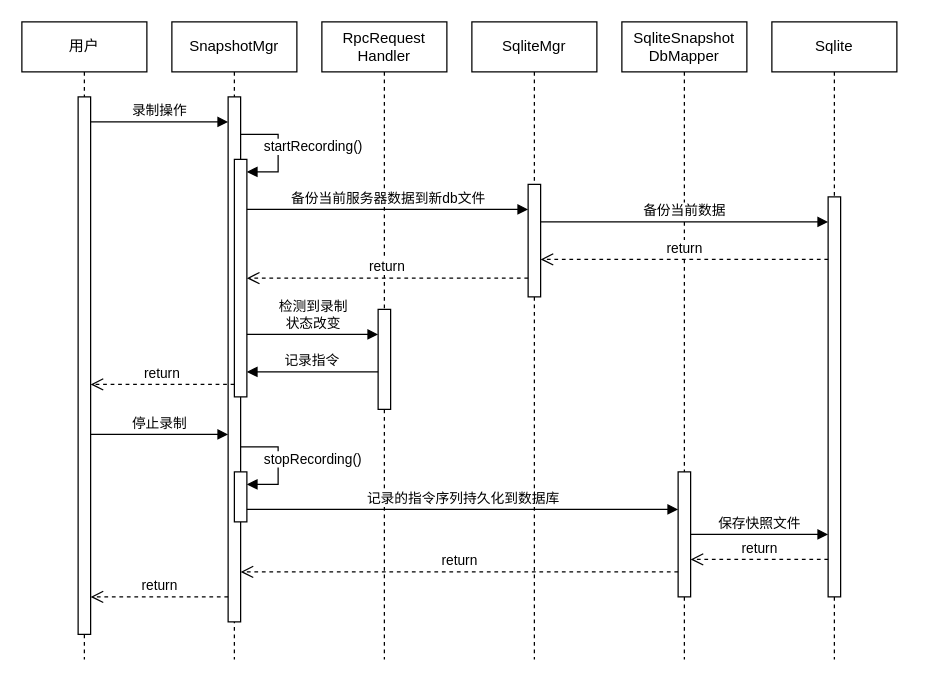
Earlier version of the draw.io diagram 录制时序图.drawio (Carol9s/Drawing). Source tidied: cells renumbered, new cells numbered last; positions are measured from the earlier drawing's top-left corner, leaving out a move shared by most shapes. Both pictures are drawn from the tidied source at 125%, with x=0, y=0 at pixel (21, 21).
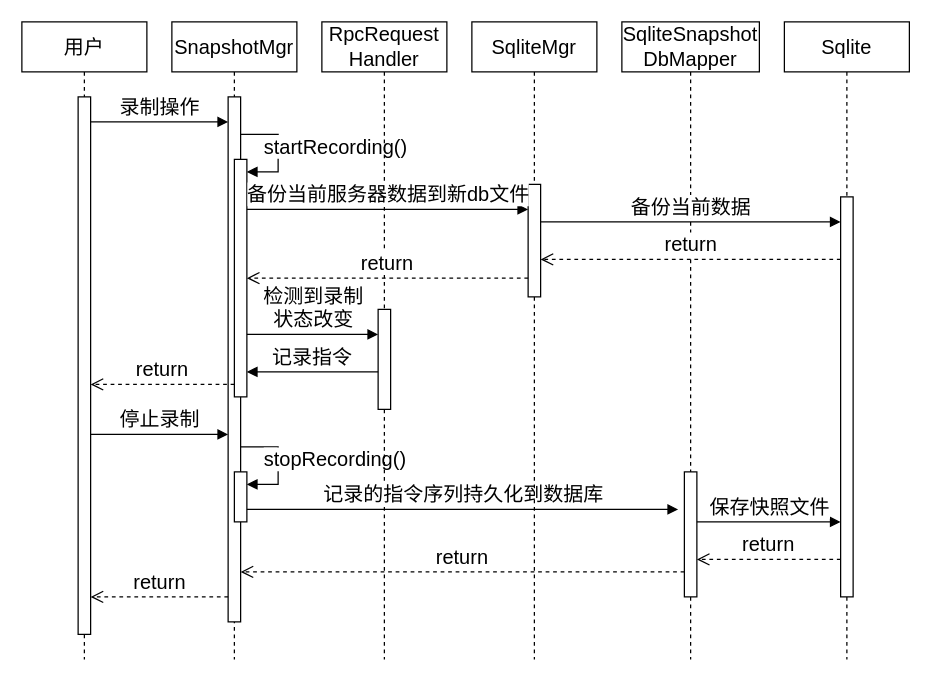
The same diagram, later.

Commit message:
更新录制时序图.drawio

The edit, as a diff of the source:
```diff
@@
-    <mxCell id="2" value="用户" style="shape=umlLifeline;perimeter=lifelinePerimeter;whiteSpace=wrap;html=1;newEdgeStyle={&quot;edgeStyle&quot;:&quot;elbowEdgeStyle&quot;,&quot;elbow&quot;:&quot;vertical&quot;,&quot;curved&quot;:0,&quot;rounded&quot;:0};" parent="1" vertex="1">
+    <mxCell id="2" value="用户" style="shape=umlLifeline;perimeter=lifelinePerimeter;whiteSpace=wrap;html=1;newEdgeStyle={&quot;edgeStyle&quot;:&quot;elbowEdgeStyle&quot;,&quot;elbow&quot;:&quot;vertical&quot;,&quot;curved&quot;:0,&quot;rounded&quot;:0};fontSize=16;" parent="1" vertex="1">
       <mxGeometry width="100" height="510" as="geometry" />
     </mxCell>
-    <mxCell id="3" style="html=1;points=[];perimeter=orthogonalPerimeter;outlineConnect=0;targetShapes=umlLifeline;portConstraint=eastwest;newEdgeStyle={&quot;edgeStyle&quot;:&quot;elbowEdgeStyle&quot;,&quot;elbow&quot;:&quot;vertical&quot;,&quot;curved&quot;:0,&quot;rounded&quot;:0};" parent="2" vertex="1">
+    <mxCell id="3" style="html=1;points=[];perimeter=orthogonalPerimeter;outlineConnect=0;targetShapes=umlLifeline;portConstraint=eastwest;newEdgeStyle={&quot;edgeStyle&quot;:&quot;elbowEdgeStyle&quot;,&quot;elbow&quot;:&quot;vertical&quot;,&quot;curved&quot;:0,&quot;rounded&quot;:0};fontSize=16;" parent="2" vertex="1">
       <mxGeometry x="45" y="60" width="10" height="430" as="geometry" />
     </mxCell>
-    <mxCell id="4" value="SnapshotMgr" style="shape=umlLifeline;perimeter=lifelinePerimeter;whiteSpace=wrap;html=1;newEdgeStyle={&quot;edgeStyle&quot;:&quot;elbowEdgeStyle&quot;,&quot;elbow&quot;:&quot;vertical&quot;,&quot;curved&quot;:0,&quot;rounded&quot;:0};" parent="1" vertex="1">
+    <mxCell id="4" value="SnapshotMgr" style="shape=umlLifeline;perimeter=lifelinePerimeter;whiteSpace=wrap;html=1;newEdgeStyle={&quot;edgeStyle&quot;:&quot;elbowEdgeStyle&quot;,&quot;elbow&quot;:&quot;vertical&quot;,&quot;curved&quot;:0,&quot;rounded&quot;:0};fontSize=16;" parent="1" vertex="1">
       <mxGeometry x="120" width="100" height="510" as="geometry" />
     </mxCell>
-    <mxCell id="5" style="html=1;points=[];perimeter=orthogonalPerimeter;outlineConnect=0;targetShapes=umlLifeline;portConstraint=eastwest;newEdgeStyle={&quot;edgeStyle&quot;:&quot;elbowEdgeStyle&quot;,&quot;elbow&quot;:&quot;vertical&quot;,&quot;curved&quot;:0,&quot;rounded&quot;:0};" parent="4" vertex="1">
+    <mxCell id="5" style="html=1;points=[];perimeter=orthogonalPerimeter;outlineConnect=0;targetShapes=umlLifeline;portConstraint=eastwest;newEdgeStyle={&quot;edgeStyle&quot;:&quot;elbowEdgeStyle&quot;,&quot;elbow&quot;:&quot;vertical&quot;,&quot;curved&quot;:0,&quot;rounded&quot;:0};fontSize=16;" parent="4" vertex="1">
       <mxGeometry x="45" y="60" width="10" height="420" as="geometry" />
     </mxCell>
-    <mxCell id="6" style="html=1;points=[];perimeter=orthogonalPerimeter;outlineConnect=0;targetShapes=umlLifeline;portConstraint=eastwest;newEdgeStyle={&quot;edgeStyle&quot;:&quot;elbowEdgeStyle&quot;,&quot;elbow&quot;:&quot;vertical&quot;,&quot;curved&quot;:0,&quot;rounded&quot;:0};" parent="4" vertex="1">
+    <mxCell id="6" style="html=1;points=[];perimeter=orthogonalPerimeter;outlineConnect=0;targetShapes=umlLifeline;portConstraint=eastwest;newEdgeStyle={&quot;edgeStyle&quot;:&quot;elbowEdgeStyle&quot;,&quot;elbow&quot;:&quot;vertical&quot;,&quot;curved&quot;:0,&quot;rounded&quot;:0};fontSize=16;" parent="4" vertex="1">
       <mxGeometry x="50" y="110" width="10" height="190" as="geometry" />
     </mxCell>
-    <mxCell id="7" value="startRecording()" style="html=1;align=left;spacingLeft=2;endArrow=block;rounded=0;edgeStyle=orthogonalEdgeStyle;curved=0;rounded=0;" parent="4" edge="1" target="6">
+    <mxCell id="7" value="startRecording()" style="html=1;align=left;spacingLeft=2;endArrow=block;rounded=0;edgeStyle=orthogonalEdgeStyle;curved=0;rounded=0;fontSize=16;" parent="4" edge="1" target="6">
       <mxGeometry x="-0.65" y="-10" relative="1" as="geometry">
         <mxPoint x="55" y="90" as="sourcePoint" />
         <Array as="points">
           <mxPoint x="85" y="120" />
         </Array>
       </mxGeometry>
     </mxCell>
-    <mxCell id="8" style="html=1;points=[];perimeter=orthogonalPerimeter;outlineConnect=0;targetShapes=umlLifeline;portConstraint=eastwest;newEdgeStyle={&quot;edgeStyle&quot;:&quot;elbowEdgeStyle&quot;,&quot;elbow&quot;:&quot;vertical&quot;,&quot;curved&quot;:0,&quot;rounded&quot;:0};" parent="4" vertex="1">
+    <mxCell id="8" style="html=1;points=[];perimeter=orthogonalPerimeter;outlineConnect=0;targetShapes=umlLifeline;portConstraint=eastwest;newEdgeStyle={&quot;edgeStyle&quot;:&quot;elbowEdgeStyle&quot;,&quot;elbow&quot;:&quot;vertical&quot;,&quot;curved&quot;:0,&quot;rounded&quot;:0};fontSize=16;" parent="4" vertex="1">
       <mxGeometry x="50" y="360" width="10" height="40" as="geometry" />
     </mxCell>
-    <mxCell id="9" value="stopRecording()" style="html=1;align=left;spacingLeft=2;endArrow=block;rounded=0;edgeStyle=orthogonalEdgeStyle;curved=0;rounded=0;" parent="4" edge="1" target="8">
+    <mxCell id="9" value="stopRecording()" style="html=1;align=left;spacingLeft=2;endArrow=block;rounded=0;edgeStyle=orthogonalEdgeStyle;curved=0;rounded=0;fontSize=16;" parent="4" edge="1" target="8">
       <mxGeometry x="-0.65" y="-10" relative="1" as="geometry">
         <mxPoint x="55" y="340" as="sourcePoint" />
         <Array as="points">
           <mxPoint x="85" y="370" />
         </Array>
       </mxGeometry>
     </mxCell>
-    <mxCell id="10" value="SqliteSnapshot&lt;br&gt;DbMapper" style="shape=umlLifeline;perimeter=lifelinePerimeter;whiteSpace=wrap;html=1;newEdgeStyle={&quot;edgeStyle&quot;:&quot;elbowEdgeStyle&quot;,&quot;elbow&quot;:&quot;vertical&quot;,&quot;curved&quot;:0,&quot;rounded&quot;:0};" parent="1" vertex="1">
-      <mxGeometry x="480" width="100" height="510" as="geometry" />
+    <mxCell id="10" value="SqliteSnapshot&lt;br style=&quot;font-size: 16px;&quot;&gt;DbMapper" style="shape=umlLifeline;perimeter=lifelinePerimeter;whiteSpace=wrap;html=1;newEdgeStyle={&quot;edgeStyle&quot;:&quot;elbowEdgeStyle&quot;,&quot;elbow&quot;:&quot;vertical&quot;,&quot;curved&quot;:0,&quot;rounded&quot;:0};fontSize=16;" parent="1" vertex="1">
+      <mxGeometry x="480" width="110" height="510" as="geometry" />
     </mxCell>
-    <mxCell id="11" style="html=1;points=[];perimeter=orthogonalPerimeter;outlineConnect=0;targetShapes=umlLifeline;portConstraint=eastwest;newEdgeStyle={&quot;edgeStyle&quot;:&quot;elbowEdgeStyle&quot;,&quot;elbow&quot;:&quot;vertical&quot;,&quot;curved&quot;:0,&quot;rounded&quot;:0};" parent="10" vertex="1">
-      <mxGeometry x="45" y="360" width="10" height="100" as="geometry" />
+    <mxCell id="11" style="html=1;points=[];perimeter=orthogonalPerimeter;outlineConnect=0;targetShapes=umlLifeline;portConstraint=eastwest;newEdgeStyle={&quot;edgeStyle&quot;:&quot;elbowEdgeStyle&quot;,&quot;elbow&quot;:&quot;vertical&quot;,&quot;curved&quot;:0,&quot;rounded&quot;:0};fontSize=16;" parent="10" vertex="1">
+      <mxGeometry x="50" y="360" width="10" height="100" as="geometry" />
     </mxCell>
-    <mxCell id="12" value="Sqlite" style="shape=umlLifeline;perimeter=lifelinePerimeter;whiteSpace=wrap;html=1;newEdgeStyle={&quot;edgeStyle&quot;:&quot;elbowEdgeStyle&quot;,&quot;elbow&quot;:&quot;vertical&quot;,&quot;curved&quot;:0,&quot;rounded&quot;:0};" parent="1" vertex="1">
-      <mxGeometry x="600" width="100" height="510" as="geometry" />
+    <mxCell id="12" value="Sqlite" style="shape=umlLifeline;perimeter=lifelinePerimeter;whiteSpace=wrap;html=1;newEdgeStyle={&quot;edgeStyle&quot;:&quot;elbowEdgeStyle&quot;,&quot;elbow&quot;:&quot;vertical&quot;,&quot;curved&quot;:0,&quot;rounded&quot;:0};fontSize=16;" parent="1" vertex="1">
+      <mxGeometry x="610" width="100" height="510" as="geometry" />
     </mxCell>
-    <mxCell id="13" style="html=1;points=[];perimeter=orthogonalPerimeter;outlineConnect=0;targetShapes=umlLifeline;portConstraint=eastwest;newEdgeStyle={&quot;edgeStyle&quot;:&quot;elbowEdgeStyle&quot;,&quot;elbow&quot;:&quot;vertical&quot;,&quot;curved&quot;:0,&quot;rounded&quot;:0};" parent="12" vertex="1">
+    <mxCell id="13" style="html=1;points=[];perimeter=orthogonalPerimeter;outlineConnect=0;targetShapes=umlLifeline;portConstraint=eastwest;newEdgeStyle={&quot;edgeStyle&quot;:&quot;elbowEdgeStyle&quot;,&quot;elbow&quot;:&quot;vertical&quot;,&quot;curved&quot;:0,&quot;rounded&quot;:0};fontSize=16;" parent="12" vertex="1">
       <mxGeometry x="45" y="140" width="10" height="320" as="geometry" />
     </mxCell>
-    <mxCell id="14" value="RpcRequest&lt;br&gt;Handler" style="shape=umlLifeline;perimeter=lifelinePerimeter;whiteSpace=wrap;html=1;newEdgeStyle={&quot;edgeStyle&quot;:&quot;elbowEdgeStyle&quot;,&quot;elbow&quot;:&quot;vertical&quot;,&quot;curved&quot;:0,&quot;rounded&quot;:0};" parent="1" vertex="1">
+    <mxCell id="14" value="RpcRequest&lt;br style=&quot;font-size: 16px;&quot;&gt;Handler" style="shape=umlLifeline;perimeter=lifelinePerimeter;whiteSpace=wrap;html=1;newEdgeStyle={&quot;edgeStyle&quot;:&quot;elbowEdgeStyle&quot;,&quot;elbow&quot;:&quot;vertical&quot;,&quot;curved&quot;:0,&quot;rounded&quot;:0};fontSize=16;" parent="1" vertex="1">
       <mxGeometry x="240" width="100" height="510" as="geometry" />
     </mxCell>
-    <mxCell id="15" style="html=1;points=[];perimeter=orthogonalPerimeter;outlineConnect=0;targetShapes=umlLifeline;portConstraint=eastwest;newEdgeStyle={&quot;edgeStyle&quot;:&quot;elbowEdgeStyle&quot;,&quot;elbow&quot;:&quot;vertical&quot;,&quot;curved&quot;:0,&quot;rounded&quot;:0};" parent="14" vertex="1">
+    <mxCell id="15" style="html=1;points=[];perimeter=orthogonalPerimeter;outlineConnect=0;targetShapes=umlLifeline;portConstraint=eastwest;newEdgeStyle={&quot;edgeStyle&quot;:&quot;elbowEdgeStyle&quot;,&quot;elbow&quot;:&quot;vertical&quot;,&quot;curved&quot;:0,&quot;rounded&quot;:0};fontSize=16;" parent="14" vertex="1">
       <mxGeometry x="45" y="230" width="10" height="80" as="geometry" />
     </mxCell>
-    <mxCell id="16" value="录制操作" style="html=1;verticalAlign=bottom;endArrow=block;edgeStyle=elbowEdgeStyle;elbow=vertical;curved=0;rounded=0;" parent="1" edge="1" source="3" target="5">
+    <mxCell id="16" value="录制操作" style="html=1;verticalAlign=bottom;endArrow=block;edgeStyle=elbowEdgeStyle;elbow=vertical;curved=0;rounded=0;fontSize=16;" parent="1" edge="1" source="3" target="5">
       <mxGeometry relative="1" as="geometry">
         <Array as="points">
           <mxPoint x="90" y="80" />
           <mxPoint x="70" y="120" />
         </Array>
       </mxGeometry>
     </mxCell>
-    <mxCell id="17" value="检测到录制&lt;br&gt;状态改变" style="html=1;verticalAlign=bottom;endArrow=block;edgeStyle=elbowEdgeStyle;elbow=vertical;curved=0;rounded=0;" parent="1" edge="1" target="15">
+    <mxCell id="17" value="检测到录制&lt;br style=&quot;font-size: 16px;&quot;&gt;状态改变" style="html=1;verticalAlign=bottom;endArrow=block;edgeStyle=elbowEdgeStyle;elbow=vertical;curved=0;rounded=0;fontSize=16;" parent="1" edge="1" target="15">
       <mxGeometry relative="1" as="geometry">
         <mxPoint x="180" y="250" as="sourcePoint" />
         <Array as="points">
           <mxPoint x="260" y="250" />
           <mxPoint x="230" y="240" />
           <mxPoint x="220" y="200" />
           <mxPoint x="260" y="190" />
         </Array>
       </mxGeometry>
     </mxCell>
-    <mxCell id="18" value="记录指令" style="html=1;verticalAlign=bottom;endArrow=block;edgeStyle=elbowEdgeStyle;elbow=vertical;curved=0;rounded=0;" parent="1" edge="1" source="15">
+    <mxCell id="18" value="记录指令" style="html=1;verticalAlign=bottom;endArrow=block;edgeStyle=elbowEdgeStyle;elbow=vertical;curved=0;rounded=0;fontSize=16;" parent="1" edge="1" source="15">
       <mxGeometry relative="1" as="geometry">
         <mxPoint x="180" y="280" as="targetPoint" />
         <Array as="points">
           <mxPoint x="260" y="280" />
           <mxPoint x="240" y="260" />
           <mxPoint x="260" y="230" />
           <mxPoint x="200" y="260" />
         </Array>
       </mxGeometry>
     </mxCell>
-    <mxCell id="19" value="return" style="html=1;verticalAlign=bottom;endArrow=open;dashed=1;endSize=8;edgeStyle=elbowEdgeStyle;elbow=vertical;curved=0;rounded=0;" parent="1" edge="1" source="6" target="3">
+    <mxCell id="19" value="return" style="html=1;verticalAlign=bottom;endArrow=open;dashed=1;endSize=8;edgeStyle=elbowEdgeStyle;elbow=vertical;curved=0;rounded=0;fontSize=16;" parent="1" edge="1" source="6" target="3">
       <mxGeometry relative="1" as="geometry">
         <Array as="points">
           <mxPoint x="120" y="290" />
           <mxPoint x="140" y="240" />
         </Array>
       </mxGeometry>
     </mxCell>
-    <mxCell id="20" value="停止录制" style="html=1;verticalAlign=bottom;endArrow=block;edgeStyle=elbowEdgeStyle;elbow=vertical;curved=0;rounded=0;" parent="1" edge="1">
+    <mxCell id="20" value="停止录制" style="html=1;verticalAlign=bottom;endArrow=block;edgeStyle=elbowEdgeStyle;elbow=vertical;curved=0;rounded=0;fontSize=16;" parent="1" edge="1">
       <mxGeometry relative="1" as="geometry">
         <mxPoint x="55" y="330" as="sourcePoint" />
         <mxPoint x="165" y="330" as="targetPoint" />
         <Array as="points">
           <mxPoint x="130" y="330" />
         </Array>
       </mxGeometry>
     </mxCell>
-    <mxCell id="21" value="记录的指令序列持久化到数据库" style="html=1;verticalAlign=bottom;endArrow=block;edgeStyle=elbowEdgeStyle;elbow=vertical;curved=0;rounded=0;" parent="1" edge="1" source="8">
+    <mxCell id="21" value="记录的指令序列持久化到数据库" style="html=1;verticalAlign=bottom;endArrow=block;edgeStyle=elbowEdgeStyle;elbow=vertical;curved=0;rounded=0;fontSize=16;" parent="1" edge="1" source="8">
       <mxGeometry relative="1" as="geometry">
         <mxPoint x="525" y="390" as="targetPoint" />
         <Array as="points">
           <mxPoint x="230" y="390" />
           <mxPoint x="200" y="410" />
         </Array>
       </mxGeometry>
     </mxCell>
-    <mxCell id="22" value="SqliteMgr" style="shape=umlLifeline;perimeter=lifelinePerimeter;whiteSpace=wrap;html=1;newEdgeStyle={&quot;edgeStyle&quot;:&quot;elbowEdgeStyle&quot;,&quot;elbow&quot;:&quot;vertical&quot;,&quot;curved&quot;:0,&quot;rounded&quot;:0};" parent="1" vertex="1">
+    <mxCell id="22" value="SqliteMgr" style="shape=umlLifeline;perimeter=lifelinePerimeter;whiteSpace=wrap;html=1;newEdgeStyle={&quot;edgeStyle&quot;:&quot;elbowEdgeStyle&quot;,&quot;elbow&quot;:&quot;vertical&quot;,&quot;curved&quot;:0,&quot;rounded&quot;:0};fontSize=16;" parent="1" vertex="1">
       <mxGeometry x="360" width="100" height="510" as="geometry" />
     </mxCell>
-    <mxCell id="23" style="html=1;points=[];perimeter=orthogonalPerimeter;outlineConnect=0;targetShapes=umlLifeline;portConstraint=eastwest;newEdgeStyle={&quot;edgeStyle&quot;:&quot;elbowEdgeStyle&quot;,&quot;elbow&quot;:&quot;vertical&quot;,&quot;curved&quot;:0,&quot;rounded&quot;:0};" parent="22" vertex="1">
+    <mxCell id="23" style="html=1;points=[];perimeter=orthogonalPerimeter;outlineConnect=0;targetShapes=umlLifeline;portConstraint=eastwest;newEdgeStyle={&quot;edgeStyle&quot;:&quot;elbowEdgeStyle&quot;,&quot;elbow&quot;:&quot;vertical&quot;,&quot;curved&quot;:0,&quot;rounded&quot;:0};fontSize=16;" parent="22" vertex="1">
       <mxGeometry x="45" y="130" width="10" height="90" as="geometry" />
     </mxCell>
-    <mxCell id="24" value="备份当前服务器数据到新db文件" style="html=1;verticalAlign=bottom;endArrow=block;edgeStyle=elbowEdgeStyle;elbow=vertical;curved=0;rounded=0;" parent="1" edge="1" source="6" target="23">
+    <mxCell id="24" value="备份当前服务器数据到新db文件" style="html=1;verticalAlign=bottom;endArrow=block;edgeStyle=elbowEdgeStyle;elbow=vertical;curved=0;rounded=0;fontSize=16;" parent="1" edge="1" source="6" target="23">
       <mxGeometry relative="1" as="geometry">
         <Array as="points">
           <mxPoint x="360" y="150" />
         </Array>
       </mxGeometry>
     </mxCell>
-    <mxCell id="25" value="return" style="html=1;verticalAlign=bottom;endArrow=open;dashed=1;endSize=8;edgeStyle=elbowEdgeStyle;elbow=vertical;curved=0;rounded=0;" parent="1" edge="1" source="23" target="6">
+    <mxCell id="25" value="return" style="html=1;verticalAlign=bottom;endArrow=open;dashed=1;endSize=8;edgeStyle=elbowEdgeStyle;elbow=vertical;curved=0;rounded=0;fontSize=16;" parent="1" edge="1" source="23" target="6">
       <mxGeometry relative="1" as="geometry">
         <Array as="points">
           <mxPoint x="360" y="205" />
         </Array>
       </mxGeometry>
     </mxCell>
-    <mxCell id="26" value="备份当前数据" style="html=1;verticalAlign=bottom;endArrow=block;edgeStyle=elbowEdgeStyle;elbow=vertical;curved=0;rounded=0;" parent="1" edge="1" source="23" target="13">
+    <mxCell id="26" value="备份当前数据" style="html=1;verticalAlign=bottom;endArrow=block;edgeStyle=elbowEdgeStyle;elbow=vertical;curved=0;rounded=0;fontSize=16;" parent="1" edge="1" source="23" target="13">
       <mxGeometry relative="1" as="geometry">
         <Array as="points">
           <mxPoint x="450" y="160" />
         </Array>
       </mxGeometry>
     </mxCell>
-    <mxCell id="27" value="return" style="html=1;verticalAlign=bottom;endArrow=open;dashed=1;endSize=8;edgeStyle=elbowEdgeStyle;elbow=vertical;curved=0;rounded=0;" parent="1" edge="1" source="13" target="23">
+    <mxCell id="27" value="return" style="html=1;verticalAlign=bottom;endArrow=open;dashed=1;endSize=8;edgeStyle=elbowEdgeStyle;elbow=vertical;curved=0;rounded=0;fontSize=16;" parent="1" edge="1" source="13" target="23">
       <mxGeometry relative="1" as="geometry">
         <Array as="points">
           <mxPoint x="510" y="190" />
           <mxPoint x="500" y="180" />
           <mxPoint x="480" y="190" />
           <mxPoint x="410" y="180" />
         </Array>
       </mxGeometry>
     </mxCell>
-    <mxCell id="28" value="保存快照文件" style="html=1;verticalAlign=bottom;endArrow=block;edgeStyle=elbowEdgeStyle;elbow=vertical;curved=0;rounded=0;" parent="1" edge="1" source="11" target="13">
+    <mxCell id="28" value="保存快照文件" style="html=1;verticalAlign=bottom;endArrow=block;edgeStyle=elbowEdgeStyle;elbow=vertical;curved=0;rounded=0;fontSize=16;" parent="1" edge="1" source="11" target="13">
       <mxGeometry relative="1" as="geometry">
         <Array as="points">
+          <mxPoint x="630" y="400" />
           <mxPoint x="600" y="410" />
         </Array>
       </mxGeometry>
     </mxCell>
-    <mxCell id="29" value="return" style="html=1;verticalAlign=bottom;endArrow=open;dashed=1;endSize=8;edgeStyle=elbowEdgeStyle;elbow=vertical;curved=0;rounded=0;" parent="1" edge="1" source="13" target="11">
+    <mxCell id="29" value="return" style="html=1;verticalAlign=bottom;endArrow=open;dashed=1;endSize=8;edgeStyle=elbowEdgeStyle;elbow=vertical;curved=0;rounded=0;fontSize=16;" parent="1" edge="1" source="13" target="11">
       <mxGeometry relative="1" as="geometry">
         <Array as="points">
           <mxPoint x="560" y="430" />
         </Array>
       </mxGeometry>
     </mxCell>
-    <mxCell id="30" value="return" style="html=1;verticalAlign=bottom;endArrow=open;dashed=1;endSize=8;edgeStyle=elbowEdgeStyle;elbow=vertical;curved=0;rounded=0;" parent="1" edge="1" source="11" target="5">
+    <mxCell id="30" value="return" style="html=1;verticalAlign=bottom;endArrow=open;dashed=1;endSize=8;edgeStyle=elbowEdgeStyle;elbow=vertical;curved=0;rounded=0;fontSize=16;" parent="1" edge="1" source="11" target="5">
       <mxGeometry relative="1" as="geometry">
         <Array as="points">
           <mxPoint x="460" y="440" />
         </Array>
       </mxGeometry>
     </mxCell>
-    <mxCell id="31" value="return" style="html=1;verticalAlign=bottom;endArrow=open;dashed=1;endSize=8;edgeStyle=elbowEdgeStyle;elbow=vertical;curved=0;rounded=0;" parent="1" edge="1" source="5" target="3">
+    <mxCell id="31" value="return" style="html=1;verticalAlign=bottom;endArrow=open;dashed=1;endSize=8;edgeStyle=elbowEdgeStyle;elbow=vertical;curved=0;rounded=0;fontSize=16;" parent="1" edge="1" source="5" target="3">
       <mxGeometry relative="1" as="geometry">
         <Array as="points">
           <mxPoint x="140" y="460" />
         </Array>
       </mxGeometry>
     </mxCell>
```
